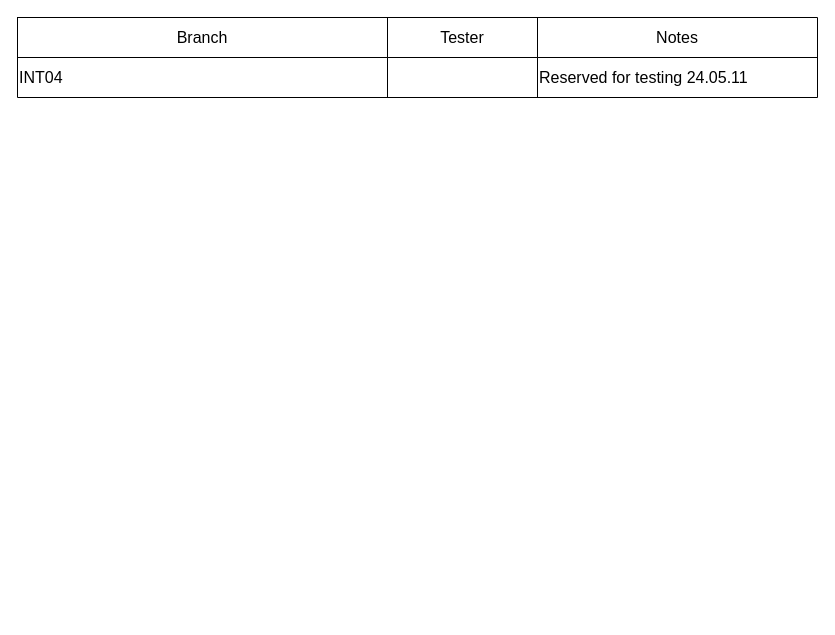
The draw.io diagram page "environment" (4 of 4) of sparknz_pipeline.drawio in huangdgm/drawio, before the edit. Source tidied: cells renumbered, new cells numbered last; positions are measured from the earlier drawing's top-left corner, leaving out a move shared by most shapes. Both pictures are drawn from the tidied source at 100%, with x=0, y=0 at pixel (17, 17).
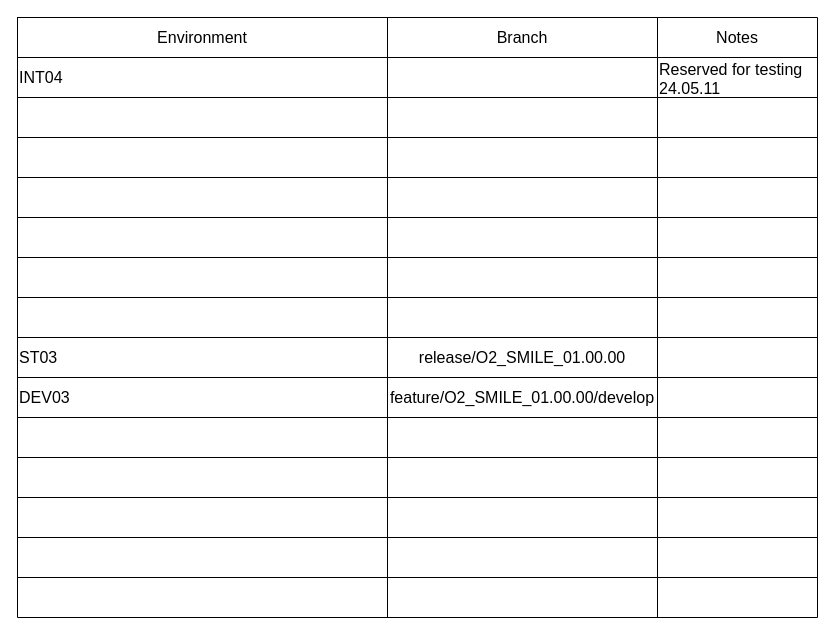
After the change.

Unchanged cells that the change refers to:
```xml
<mxCell id="3" style="shape=tableRow;horizontal=0;startSize=0;swimlaneHead=0;swimlaneBody=0;strokeColor=inherit;top=0;left=0;bottom=0;right=0;fillColor=none;fontSize=16;" parent="2" vertex="1">
  <mxGeometry width="800" height="40" as="geometry" />
</mxCell>
<mxCell id="7" style="shape=tableRow;horizontal=0;startSize=0;swimlaneHead=0;swimlaneBody=0;strokeColor=inherit;top=0;left=0;bottom=0;right=0;fillColor=none;fontSize=16;" parent="2" vertex="1">
  <mxGeometry y="40" width="800" height="40" as="geometry" />
</mxCell>
```

Change to the diagram source:
```diff
@@
     <mxCell id="2" style="shape=table;startSize=0;childLayout=tableLayout;fontSize=16;align=left;" parent="1" vertex="1">
-      <mxGeometry width="800" height="80" as="geometry" />
+      <mxGeometry width="800" height="600" as="geometry" />
     </mxCell>
@@
-    <mxCell id="4" value="Branch" style="shape=partialRectangle;html=1;whiteSpace=wrap;strokeColor=inherit;overflow=hidden;fillColor=none;top=0;left=0;bottom=0;right=0;fontSize=16;" parent="3" vertex="1">
+    <mxCell id="4" value="Environment" style="shape=partialRectangle;html=1;whiteSpace=wrap;strokeColor=inherit;overflow=hidden;fillColor=none;top=0;left=0;bottom=0;right=0;fontSize=16;" parent="3" vertex="1">
       <mxGeometry width="370" height="40" as="geometry" />
     </mxCell>
-    <mxCell id="5" value="Tester" style="shape=partialRectangle;html=1;whiteSpace=wrap;strokeColor=inherit;overflow=hidden;fillColor=none;top=0;left=0;bottom=0;right=0;fontSize=16;" parent="3" vertex="1">
-      <mxGeometry x="370" width="150" height="40" as="geometry" />
+    <mxCell id="5" value="Branch" style="shape=partialRectangle;html=1;whiteSpace=wrap;strokeColor=inherit;overflow=hidden;fillColor=none;top=0;left=0;bottom=0;right=0;fontSize=16;" parent="3" vertex="1">
+      <mxGeometry x="370" width="270" height="40" as="geometry" />
     </mxCell>
     <mxCell id="6" value="Notes" style="shape=partialRectangle;html=1;whiteSpace=wrap;strokeColor=inherit;overflow=hidden;fillColor=none;top=0;left=0;bottom=0;right=0;fontSize=16;" parent="3" vertex="1">
-      <mxGeometry x="520" width="280" height="40" as="geometry" />
+      <mxGeometry x="640" width="160" height="40" as="geometry" />
     </mxCell>
@@
     <mxCell id="9" style="shape=partialRectangle;html=1;whiteSpace=wrap;strokeColor=inherit;overflow=hidden;fillColor=none;top=0;left=0;bottom=0;right=0;fontSize=16;" parent="7" vertex="1">
-      <mxGeometry x="370" width="150" height="40" as="geometry" />
+      <mxGeometry x="370" width="270" height="40" as="geometry" />
     </mxCell>
     <mxCell id="10" value="Reserved for testing 24.05.11" style="shape=partialRectangle;html=1;whiteSpace=wrap;strokeColor=inherit;overflow=hidden;fillColor=none;top=0;left=0;bottom=0;right=0;fontSize=16;align=left;" parent="7" vertex="1">
-      <mxGeometry x="520" width="280" height="40" as="geometry" />
+      <mxGeometry x="640" width="160" height="40" as="geometry" />
     </mxCell>
+    <mxCell id="11" style="shape=tableRow;horizontal=0;startSize=0;swimlaneHead=0;swimlaneBody=0;strokeColor=inherit;top=0;left=0;bottom=0;right=0;fillColor=none;fontSize=16;" parent="2" vertex="1">
+      <mxGeometry y="80" width="800" height="40" as="geometry" />
+    </mxCell>
+    <mxCell id="12" style="shape=partialRectangle;html=1;whiteSpace=wrap;strokeColor=inherit;overflow=hidden;fillColor=none;top=0;left=0;bottom=0;right=0;fontSize=16;align=left;" parent="11" vertex="1">
+      <mxGeometry width="370" height="40" as="geometry" />
+    </mxCell>
+    <mxCell id="13" style="shape=partialRectangle;html=1;whiteSpace=wrap;strokeColor=inherit;overflow=hidden;fillColor=none;top=0;left=0;bottom=0;right=0;fontSize=16;" parent="11" vertex="1">
+      <mxGeometry x="370" width="270" height="40" as="geometry" />
+    </mxCell>
+    <mxCell id="14" style="shape=partialRectangle;html=1;whiteSpace=wrap;strokeColor=inherit;overflow=hidden;fillColor=none;top=0;left=0;bottom=0;right=0;fontSize=16;align=left;" parent="11" vertex="1">
+      <mxGeometry x="640" width="160" height="40" as="geometry" />
+    </mxCell>
+    <mxCell id="15" style="shape=tableRow;horizontal=0;startSize=0;swimlaneHead=0;swimlaneBody=0;strokeColor=inherit;top=0;left=0;bottom=0;right=0;fillColor=none;fontSize=16;" parent="2" vertex="1">
+      <mxGeometry y="120" width="800" height="40" as="geometry" />
+    </mxCell>
+    <mxCell id="16" style="shape=partialRectangle;html=1;whiteSpace=wrap;strokeColor=inherit;overflow=hidden;fillColor=none;top=0;left=0;bottom=0;right=0;fontSize=16;align=left;" parent="15" vertex="1">
+      <mxGeometry width="370" height="40" as="geometry" />
+    </mxCell>
+    <mxCell id="17" style="shape=partialRectangle;html=1;whiteSpace=wrap;strokeColor=inherit;overflow=hidden;fillColor=none;top=0;left=0;bottom=0;right=0;fontSize=16;" parent="15" vertex="1">
+      <mxGeometry x="370" width="270" height="40" as="geometry" />
+    </mxCell>
+    <mxCell id="18" style="shape=partialRectangle;html=1;whiteSpace=wrap;strokeColor=inherit;overflow=hidden;fillColor=none;top=0;left=0;bottom=0;right=0;fontSize=16;align=left;" parent="15" vertex="1">
+      <mxGeometry x="640" width="160" height="40" as="geometry" />
+    </mxCell>
+    <mxCell id="19" style="shape=tableRow;horizontal=0;startSize=0;swimlaneHead=0;swimlaneBody=0;strokeColor=inherit;top=0;left=0;bottom=0;right=0;fillColor=none;fontSize=16;" parent="2" vertex="1">
+      <mxGeometry y="160" width="800" height="40" as="geometry" />
+    </mxCell>
+    <mxCell id="20" style="shape=partialRectangle;html=1;whiteSpace=wrap;strokeColor=inherit;overflow=hidden;fillColor=none;top=0;left=0;bottom=0;right=0;fontSize=16;align=left;" parent="19" vertex="1">
+      <mxGeometry width="370" height="40" as="geometry" />
+    </mxCell>
+    <mxCell id="21" style="shape=partialRectangle;html=1;whiteSpace=wrap;strokeColor=inherit;overflow=hidden;fillColor=none;top=0;left=0;bottom=0;right=0;fontSize=16;" parent="19" vertex="1">
+      <mxGeometry x="370" width="270" height="40" as="geometry" />
+    </mxCell>
+    <mxCell id="22" style="shape=partialRectangle;html=1;whiteSpace=wrap;strokeColor=inherit;overflow=hidden;fillColor=none;top=0;left=0;bottom=0;right=0;fontSize=16;align=left;" parent="19" vertex="1">
+      <mxGeometry x="640" width="160" height="40" as="geometry" />
+    </mxCell>
+    <mxCell id="23" style="shape=tableRow;horizontal=0;startSize=0;swimlaneHead=0;swimlaneBody=0;strokeColor=inherit;top=0;left=0;bottom=0;right=0;fillColor=none;fontSize=16;" parent="2" vertex="1">
+      <mxGeometry y="200" width="800" height="40" as="geometry" />
+    </mxCell>
+    <mxCell id="24" style="shape=partialRectangle;html=1;whiteSpace=wrap;strokeColor=inherit;overflow=hidden;fillColor=none;top=0;left=0;bottom=0;right=0;fontSize=16;align=left;" parent="23" vertex="1">
+      <mxGeometry width="370" height="40" as="geometry" />
+    </mxCell>
+    <mxCell id="25" style="shape=partialRectangle;html=1;whiteSpace=wrap;strokeColor=inherit;overflow=hidden;fillColor=none;top=0;left=0;bottom=0;right=0;fontSize=16;" parent="23" vertex="1">
+      <mxGeometry x="370" width="270" height="40" as="geometry" />
+    </mxCell>
+    <mxCell id="26" style="shape=partialRectangle;html=1;whiteSpace=wrap;strokeColor=inherit;overflow=hidden;fillColor=none;top=0;left=0;bottom=0;right=0;fontSize=16;align=left;" parent="23" vertex="1">
+      <mxGeometry x="640" width="160" height="40" as="geometry" />
+    </mxCell>
+    <mxCell id="27" style="shape=tableRow;horizontal=0;startSize=0;swimlaneHead=0;swimlaneBody=0;strokeColor=inherit;top=0;left=0;bottom=0;right=0;fillColor=none;fontSize=16;" parent="2" vertex="1">
+      <mxGeometry y="240" width="800" height="40" as="geometry" />
+    </mxCell>
+    <mxCell id="28" style="shape=partialRectangle;html=1;whiteSpace=wrap;strokeColor=inherit;overflow=hidden;fillColor=none;top=0;left=0;bottom=0;right=0;fontSize=16;align=left;" parent="27" vertex="1">
+      <mxGeometry width="370" height="40" as="geometry" />
+    </mxCell>
+    <mxCell id="29" style="shape=partialRectangle;html=1;whiteSpace=wrap;strokeColor=inherit;overflow=hidden;fillColor=none;top=0;left=0;bottom=0;right=0;fontSize=16;" parent="27" vertex="1">
+      <mxGeometry x="370" width="270" height="40" as="geometry" />
+    </mxCell>
+    <mxCell id="30" style="shape=partialRectangle;html=1;whiteSpace=wrap;strokeColor=inherit;overflow=hidden;fillColor=none;top=0;left=0;bottom=0;right=0;fontSize=16;align=left;" parent="27" vertex="1">
+      <mxGeometry x="640" width="160" height="40" as="geometry" />
+    </mxCell>
+    <mxCell id="31" style="shape=tableRow;horizontal=0;startSize=0;swimlaneHead=0;swimlaneBody=0;strokeColor=inherit;top=0;left=0;bottom=0;right=0;fillColor=none;fontSize=16;" parent="2" vertex="1">
+      <mxGeometry y="280" width="800" height="40" as="geometry" />
+    </mxCell>
+    <mxCell id="32" style="shape=partialRectangle;html=1;whiteSpace=wrap;strokeColor=inherit;overflow=hidden;fillColor=none;top=0;left=0;bottom=0;right=0;fontSize=16;align=left;" parent="31" vertex="1">
+      <mxGeometry width="370" height="40" as="geometry" />
+    </mxCell>
+    <mxCell id="33" style="shape=partialRectangle;html=1;whiteSpace=wrap;strokeColor=inherit;overflow=hidden;fillColor=none;top=0;left=0;bottom=0;right=0;fontSize=16;" parent="31" vertex="1">
+      <mxGeometry x="370" width="270" height="40" as="geometry" />
+    </mxCell>
+    <mxCell id="34" style="shape=partialRectangle;html=1;whiteSpace=wrap;strokeColor=inherit;overflow=hidden;fillColor=none;top=0;left=0;bottom=0;right=0;fontSize=16;align=left;" parent="31" vertex="1">
+      <mxGeometry x="640" width="160" height="40" as="geometry" />
+    </mxCell>
+    <mxCell id="35" style="shape=tableRow;horizontal=0;startSize=0;swimlaneHead=0;swimlaneBody=0;strokeColor=inherit;top=0;left=0;bottom=0;right=0;fillColor=none;fontSize=16;" parent="2" vertex="1">
+      <mxGeometry y="320" width="800" height="40" as="geometry" />
+    </mxCell>
+    <mxCell id="36" value="ST03" style="shape=partialRectangle;html=1;whiteSpace=wrap;strokeColor=inherit;overflow=hidden;fillColor=none;top=0;left=0;bottom=0;right=0;fontSize=16;align=left;" parent="35" vertex="1">
+      <mxGeometry width="370" height="40" as="geometry" />
+    </mxCell>
+    <mxCell id="37" value="release/O2_SMILE_01.00.00" style="shape=partialRectangle;html=1;whiteSpace=wrap;strokeColor=inherit;overflow=hidden;fillColor=none;top=0;left=0;bottom=0;right=0;fontSize=16;" parent="35" vertex="1">
+      <mxGeometry x="370" width="270" height="40" as="geometry" />
+    </mxCell>
+    <mxCell id="38" style="shape=partialRectangle;html=1;whiteSpace=wrap;strokeColor=inherit;overflow=hidden;fillColor=none;top=0;left=0;bottom=0;right=0;fontSize=16;align=left;" parent="35" vertex="1">
+      <mxGeometry x="640" width="160" height="40" as="geometry" />
+    </mxCell>
+    <mxCell id="39" style="shape=tableRow;horizontal=0;startSize=0;swimlaneHead=0;swimlaneBody=0;strokeColor=inherit;top=0;left=0;bottom=0;right=0;fillColor=none;fontSize=16;" parent="2" vertex="1">
+      <mxGeometry y="360" width="800" height="40" as="geometry" />
+    </mxCell>
+    <mxCell id="40" value="DEV03" style="shape=partialRectangle;html=1;whiteSpace=wrap;strokeColor=inherit;overflow=hidden;fillColor=none;top=0;left=0;bottom=0;right=0;fontSize=16;align=left;" parent="39" vertex="1">
+      <mxGeometry width="370" height="40" as="geometry" />
+    </mxCell>
+    <mxCell id="41" value="feature/O2_SMILE_01.00.00/develop" style="shape=partialRectangle;html=1;whiteSpace=wrap;strokeColor=inherit;overflow=hidden;fillColor=none;top=0;left=0;bottom=0;right=0;fontSize=16;" parent="39" vertex="1">
+      <mxGeometry x="370" width="270" height="40" as="geometry" />
+    </mxCell>
+    <mxCell id="42" style="shape=partialRectangle;html=1;whiteSpace=wrap;strokeColor=inherit;overflow=hidden;fillColor=none;top=0;left=0;bottom=0;right=0;fontSize=16;align=left;" parent="39" vertex="1">
+      <mxGeometry x="640" width="160" height="40" as="geometry" />
+    </mxCell>
+    <mxCell id="43" style="shape=tableRow;horizontal=0;startSize=0;swimlaneHead=0;swimlaneBody=0;strokeColor=inherit;top=0;left=0;bottom=0;right=0;fillColor=none;fontSize=16;" parent="2" vertex="1">
+      <mxGeometry y="400" width="800" height="40" as="geometry" />
+    </mxCell>
+    <mxCell id="44" style="shape=partialRectangle;html=1;whiteSpace=wrap;strokeColor=inherit;overflow=hidden;fillColor=none;top=0;left=0;bottom=0;right=0;fontSize=16;align=left;" parent="43" vertex="1">
+      <mxGeometry width="370" height="40" as="geometry" />
+    </mxCell>
+    <mxCell id="45" style="shape=partialRectangle;html=1;whiteSpace=wrap;strokeColor=inherit;overflow=hidden;fillColor=none;top=0;left=0;bottom=0;right=0;fontSize=16;" parent="43" vertex="1">
+      <mxGeometry x="370" width="270" height="40" as="geometry" />
+    </mxCell>
+    <mxCell id="46" style="shape=partialRectangle;html=1;whiteSpace=wrap;strokeColor=inherit;overflow=hidden;fillColor=none;top=0;left=0;bottom=0;right=0;fontSize=16;align=left;" parent="43" vertex="1">
+      <mxGeometry x="640" width="160" height="40" as="geometry" />
+    </mxCell>
+    <mxCell id="47" style="shape=tableRow;horizontal=0;startSize=0;swimlaneHead=0;swimlaneBody=0;strokeColor=inherit;top=0;left=0;bottom=0;right=0;fillColor=none;fontSize=16;" parent="2" vertex="1">
+      <mxGeometry y="440" width="800" height="40" as="geometry" />
+    </mxCell>
+    <mxCell id="48" style="shape=partialRectangle;html=1;whiteSpace=wrap;strokeColor=inherit;overflow=hidden;fillColor=none;top=0;left=0;bottom=0;right=0;fontSize=16;align=left;" parent="47" vertex="1">
+      <mxGeometry width="370" height="40" as="geometry" />
+    </mxCell>
+    <mxCell id="49" style="shape=partialRectangle;html=1;whiteSpace=wrap;strokeColor=inherit;overflow=hidden;fillColor=none;top=0;left=0;bottom=0;right=0;fontSize=16;" parent="47" vertex="1">
+      <mxGeometry x="370" width="270" height="40" as="geometry" />
+    </mxCell>
+    <mxCell id="50" style="shape=partialRectangle;html=1;whiteSpace=wrap;strokeColor=inherit;overflow=hidden;fillColor=none;top=0;left=0;bottom=0;right=0;fontSize=16;align=left;" parent="47" vertex="1">
+      <mxGeometry x="640" width="160" height="40" as="geometry" />
+    </mxCell>
+    <mxCell id="51" style="shape=tableRow;horizontal=0;startSize=0;swimlaneHead=0;swimlaneBody=0;strokeColor=inherit;top=0;left=0;bottom=0;right=0;fillColor=none;fontSize=16;" parent="2" vertex="1">
+      <mxGeometry y="480" width="800" height="40" as="geometry" />
+    </mxCell>
+    <mxCell id="52" style="shape=partialRectangle;html=1;whiteSpace=wrap;strokeColor=inherit;overflow=hidden;fillColor=none;top=0;left=0;bottom=0;right=0;fontSize=16;align=left;" parent="51" vertex="1">
+      <mxGeometry width="370" height="40" as="geometry" />
+    </mxCell>
+    <mxCell id="53" style="shape=partialRectangle;html=1;whiteSpace=wrap;strokeColor=inherit;overflow=hidden;fillColor=none;top=0;left=0;bottom=0;right=0;fontSize=16;" parent="51" vertex="1">
+      <mxGeometry x="370" width="270" height="40" as="geometry" />
+    </mxCell>
+    <mxCell id="54" style="shape=partialRectangle;html=1;whiteSpace=wrap;strokeColor=inherit;overflow=hidden;fillColor=none;top=0;left=0;bottom=0;right=0;fontSize=16;align=left;" parent="51" vertex="1">
+      <mxGeometry x="640" width="160" height="40" as="geometry" />
+    </mxCell>
+    <mxCell id="55" style="shape=tableRow;horizontal=0;startSize=0;swimlaneHead=0;swimlaneBody=0;strokeColor=inherit;top=0;left=0;bottom=0;right=0;fillColor=none;fontSize=16;" parent="2" vertex="1">
+      <mxGeometry y="520" width="800" height="40" as="geometry" />
+    </mxCell>
+    <mxCell id="56" style="shape=partialRectangle;html=1;whiteSpace=wrap;strokeColor=inherit;overflow=hidden;fillColor=none;top=0;left=0;bottom=0;right=0;fontSize=16;align=left;" parent="55" vertex="1">
+      <mxGeometry width="370" height="40" as="geometry" />
+    </mxCell>
+    <mxCell id="57" style="shape=partialRectangle;html=1;whiteSpace=wrap;strokeColor=inherit;overflow=hidden;fillColor=none;top=0;left=0;bottom=0;right=0;fontSize=16;" parent="55" vertex="1">
+      <mxGeometry x="370" width="270" height="40" as="geometry" />
+    </mxCell>
+    <mxCell id="58" style="shape=partialRectangle;html=1;whiteSpace=wrap;strokeColor=inherit;overflow=hidden;fillColor=none;top=0;left=0;bottom=0;right=0;fontSize=16;align=left;" parent="55" vertex="1">
+      <mxGeometry x="640" width="160" height="40" as="geometry" />
+    </mxCell>
+    <mxCell id="59" style="shape=tableRow;horizontal=0;startSize=0;swimlaneHead=0;swimlaneBody=0;strokeColor=inherit;top=0;left=0;bottom=0;right=0;fillColor=none;fontSize=16;" parent="2" vertex="1">
+      <mxGeometry y="560" width="800" height="40" as="geometry" />
+    </mxCell>
+    <mxCell id="60" style="shape=partialRectangle;html=1;whiteSpace=wrap;strokeColor=inherit;overflow=hidden;fillColor=none;top=0;left=0;bottom=0;right=0;fontSize=16;align=left;" parent="59" vertex="1">
+      <mxGeometry width="370" height="40" as="geometry" />
+    </mxCell>
+    <mxCell id="61" style="shape=partialRectangle;html=1;whiteSpace=wrap;strokeColor=inherit;overflow=hidden;fillColor=none;top=0;left=0;bottom=0;right=0;fontSize=16;" parent="59" vertex="1">
+      <mxGeometry x="370" width="270" height="40" as="geometry" />
+    </mxCell>
+    <mxCell id="62" style="shape=partialRectangle;html=1;whiteSpace=wrap;strokeColor=inherit;overflow=hidden;fillColor=none;top=0;left=0;bottom=0;right=0;fontSize=16;align=left;" parent="59" vertex="1">
+      <mxGeometry x="640" width="160" height="40" as="geometry" />
+    </mxCell>
```
